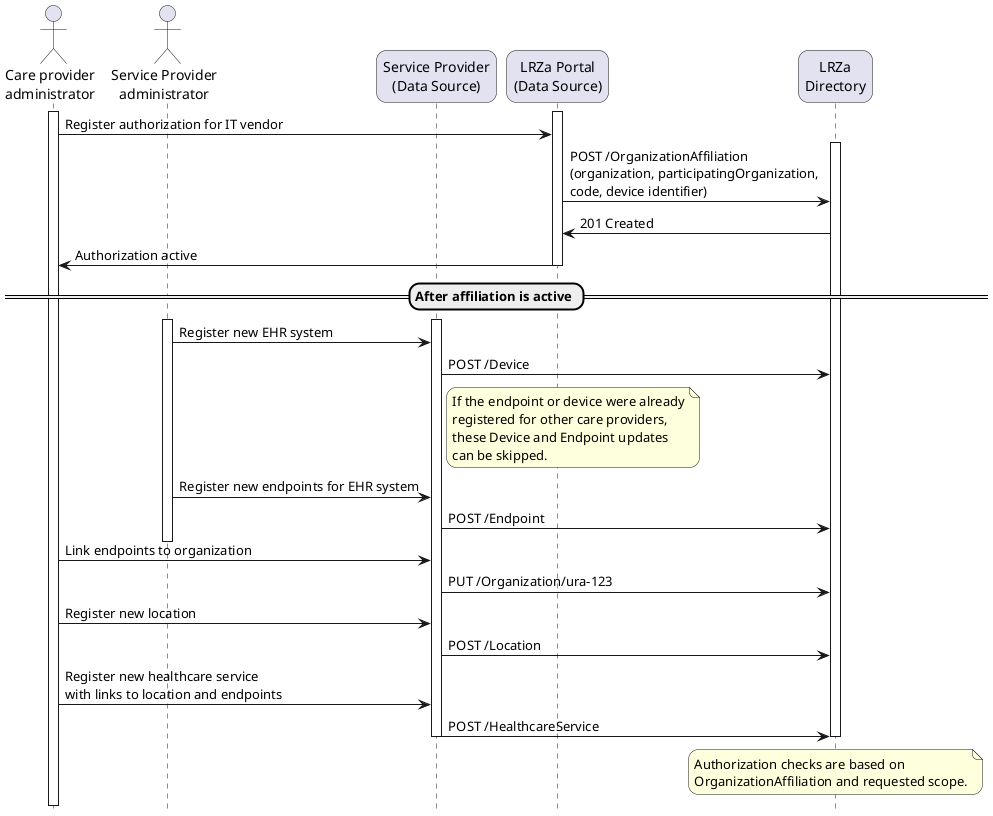
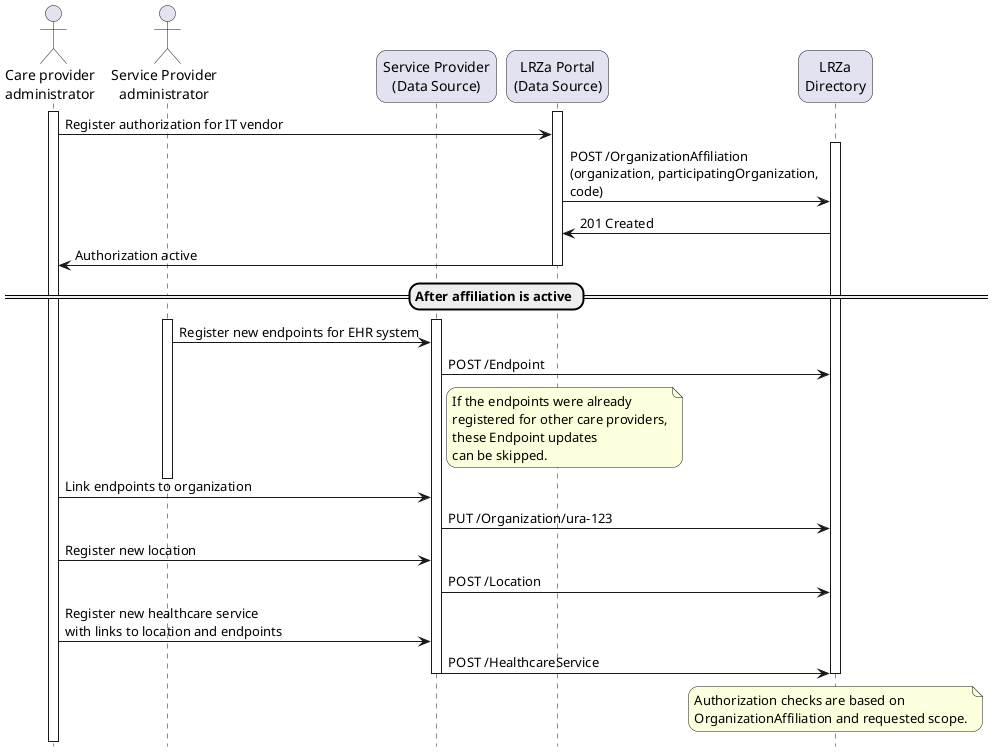
@startuml care-services-registration-use-case

skinparam roundcorner 20
skinparam defaultFontName Arial
hide footbox

!pragma teoz true

actor Admin as "Care provider\nadministrator"
actor SPAdmin as "Service Provider\nadministrator"
participant SP as "Service Provider\n(Data Source)"
participant DSAdmin as "LRZa Portal\n(Data Source)"
participant LRZa as "LRZa\nDirectory"


activate Admin
activate DSAdmin
Admin -> DSAdmin: Register authorization for IT vendor
activate LRZa
- DSAdmin -> LRZa: POST /OrganizationAffiliation\n(organization, participatingOrganization,\ncode, device identifier)
+ DSAdmin -> LRZa: POST /OrganizationAffiliation\n(organization, participatingOrganization,\ncode)
LRZa -> DSAdmin: 201 Created
DSAdmin -> Admin: Authorization active
deactivate DSAdmin


== After affiliation is active ==
activate SPAdmin
activate SP
- SPAdmin -> SP: Register new EHR system
- SP -> LRZa: POST /Device
+ SPAdmin -> SP: Register new endpoints for EHR system
+ SP -> LRZa: POST /Endpoint


note right of SP
- If the endpoint or device were already
+ If the endpoints were already
registered for other care providers,
- these Device and Endpoint updates
+ these Endpoint updates
can be skipped.
end note

- SPAdmin -> SP: Register new endpoints for EHR system
- SP -> LRZa: POST /Endpoint
deactivate SPAdmin





Admin -> SP: Link endpoints to organization
SP -> LRZa: PUT /Organization/ura-123

Admin -> SP: Register new location
SP -> LRZa: POST /Location

Admin -> SP: Register new healthcare service\nwith links to location and endpoints
SP -> LRZa: POST /HealthcareService





note over LRZa
Authorization checks are based on
OrganizationAffiliation and requested scope.
end note

deactivate SP
deactivate LRZa
deactivate Admin
@enduml
